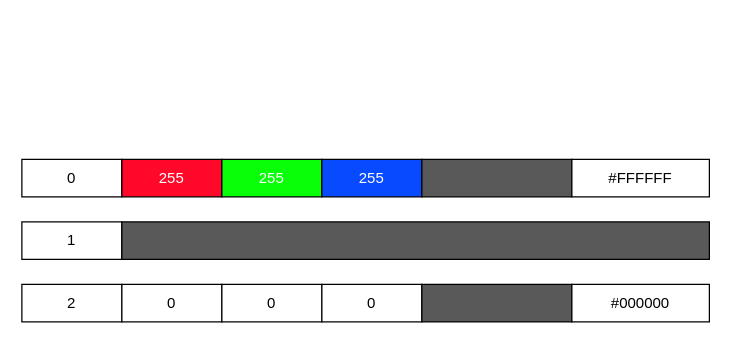
Earlier version of the draw.io diagram Rust/枚举的内存布局.drawio (1595901624/GitTest). Source tidied: cells renumbered, new cells numbered last; positions are measured from the earlier drawing's top-left corner, leaving out a move shared by most shapes. Both pictures are drawn from the tidied source at 125%, with x=0, y=0 at pixel (21, 159).
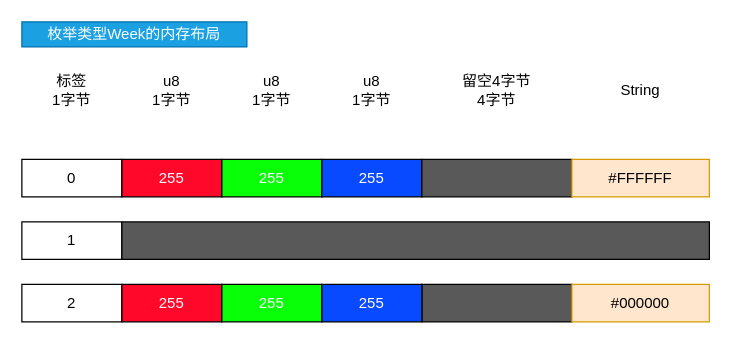
After the change.

Commit message (it also covers changes not shown here):
更新枚举的内存布局.drawio

What changed in the source:
```diff
@@
-    <mxCell id="7" value="#FFFFFF" style="rounded=0;whiteSpace=wrap;html=1;" parent="1" vertex="1">
+    <mxCell id="7" value="#FFFFFF" style="rounded=0;whiteSpace=wrap;html=1;fillColor=#ffe6cc;strokeColor=#d79b00;" parent="1" vertex="1">
       <mxGeometry x="440" width="110" height="30" as="geometry" />
     </mxCell>
@@
-    <mxCell id="11" value="0" style="rounded=0;whiteSpace=wrap;html=1;" parent="1" vertex="1">
-      <mxGeometry x="80" y="100" width="80" height="30" as="geometry" />
-    </mxCell>
-    <mxCell id="12" value="0" style="rounded=0;whiteSpace=wrap;html=1;" parent="1" vertex="1">
-      <mxGeometry x="160" y="100" width="80" height="30" as="geometry" />
-    </mxCell>
-    <mxCell id="13" value="0" style="rounded=0;whiteSpace=wrap;html=1;" parent="1" vertex="1">
-      <mxGeometry x="240" y="100" width="80" height="30" as="geometry" />
-    </mxCell>
@@
-    <mxCell id="15" value="#000000" style="rounded=0;whiteSpace=wrap;html=1;" parent="1" vertex="1">
+    <mxCell id="15" value="#000000" style="rounded=0;whiteSpace=wrap;html=1;fillColor=#ffe6cc;strokeColor=#d79b00;" parent="1" vertex="1">
       <mxGeometry x="440" y="100" width="110" height="30" as="geometry" />
     </mxCell>
+    <mxCell id="16" value="&lt;font color=&quot;#ffffff&quot;&gt;255&lt;/font&gt;" style="rounded=0;whiteSpace=wrap;html=1;fillColor=#FF0829;" parent="1" vertex="1">
+      <mxGeometry x="80" y="100" width="80" height="30" as="geometry" />
+    </mxCell>
+    <mxCell id="17" value="&lt;font color=&quot;#ffffff&quot;&gt;255&lt;/font&gt;" style="rounded=0;whiteSpace=wrap;html=1;fillColor=#08FF08;" parent="1" vertex="1">
+      <mxGeometry x="160" y="100" width="80" height="30" as="geometry" />
+    </mxCell>
+    <mxCell id="18" value="&lt;font color=&quot;#ffffff&quot;&gt;255&lt;/font&gt;" style="rounded=0;whiteSpace=wrap;html=1;fillColor=#084AFF;" parent="1" vertex="1">
+      <mxGeometry x="240" y="100" width="80" height="30" as="geometry" />
+    </mxCell>
+    <mxCell id="19" value="&lt;font color=&quot;#000000&quot;&gt;标签&lt;br&gt;1字节&lt;br&gt;&lt;/font&gt;" style="text;html=1;strokeColor=none;fillColor=none;align=center;verticalAlign=middle;whiteSpace=wrap;rounded=0;fontColor=#FFFFFF;" parent="1" vertex="1">
+      <mxGeometry x="10" y="-70" width="60" height="30" as="geometry" />
+    </mxCell>
+    <mxCell id="20" value="&lt;span style=&quot;color: rgb(0, 0, 0);&quot;&gt;u8&lt;br&gt;1字节&lt;br&gt;&lt;/span&gt;" style="text;html=1;strokeColor=none;fillColor=none;align=center;verticalAlign=middle;whiteSpace=wrap;rounded=0;fontColor=#FFFFFF;" parent="1" vertex="1">
+      <mxGeometry x="90" y="-70" width="60" height="30" as="geometry" />
+    </mxCell>
+    <mxCell id="21" value="&lt;font color=&quot;#000000&quot;&gt;u8&lt;br&gt;1字节&lt;br&gt;&lt;/font&gt;" style="text;html=1;strokeColor=none;fillColor=none;align=center;verticalAlign=middle;whiteSpace=wrap;rounded=0;fontColor=#FFFFFF;" parent="1" vertex="1">
+      <mxGeometry x="170" y="-70" width="60" height="30" as="geometry" />
+    </mxCell>
+    <mxCell id="22" value="&lt;span style=&quot;color: rgb(0, 0, 0);&quot;&gt;u8&lt;/span&gt;&lt;br style=&quot;color: rgb(0, 0, 0);&quot;&gt;&lt;span style=&quot;color: rgb(0, 0, 0);&quot;&gt;1字节&lt;/span&gt;" style="text;html=1;strokeColor=none;fillColor=none;align=center;verticalAlign=middle;whiteSpace=wrap;rounded=0;fontColor=#FFFFFF;" parent="1" vertex="1">
+      <mxGeometry x="250" y="-70" width="60" height="30" as="geometry" />
+    </mxCell>
+    <mxCell id="23" value="&lt;font color=&quot;#000000&quot;&gt;留空4字节&lt;br&gt;4字节&lt;br&gt;&lt;/font&gt;" style="text;html=1;strokeColor=none;fillColor=none;align=center;verticalAlign=middle;whiteSpace=wrap;rounded=0;fontColor=#FFFFFF;" parent="1" vertex="1">
+      <mxGeometry x="350" y="-70" width="60" height="30" as="geometry" />
+    </mxCell>
+    <mxCell id="24" value="&lt;font color=&quot;#000000&quot;&gt;String&lt;/font&gt;" style="text;html=1;strokeColor=none;fillColor=none;align=center;verticalAlign=middle;whiteSpace=wrap;rounded=0;fontColor=#FFFFFF;" parent="1" vertex="1">
+      <mxGeometry x="465" y="-70" width="60" height="30" as="geometry" />
+    </mxCell>
+    <mxCell id="25" value="&lt;font color=&quot;#ffffff&quot;&gt;枚举类型Week的内存布局&lt;/font&gt;" style="rounded=0;whiteSpace=wrap;html=1;fillColor=#1ba1e2;strokeColor=#006EAF;fontColor=#ffffff;" parent="1" vertex="1">
+      <mxGeometry y="-110" width="180" height="20" as="geometry" />
+    </mxCell>
```
